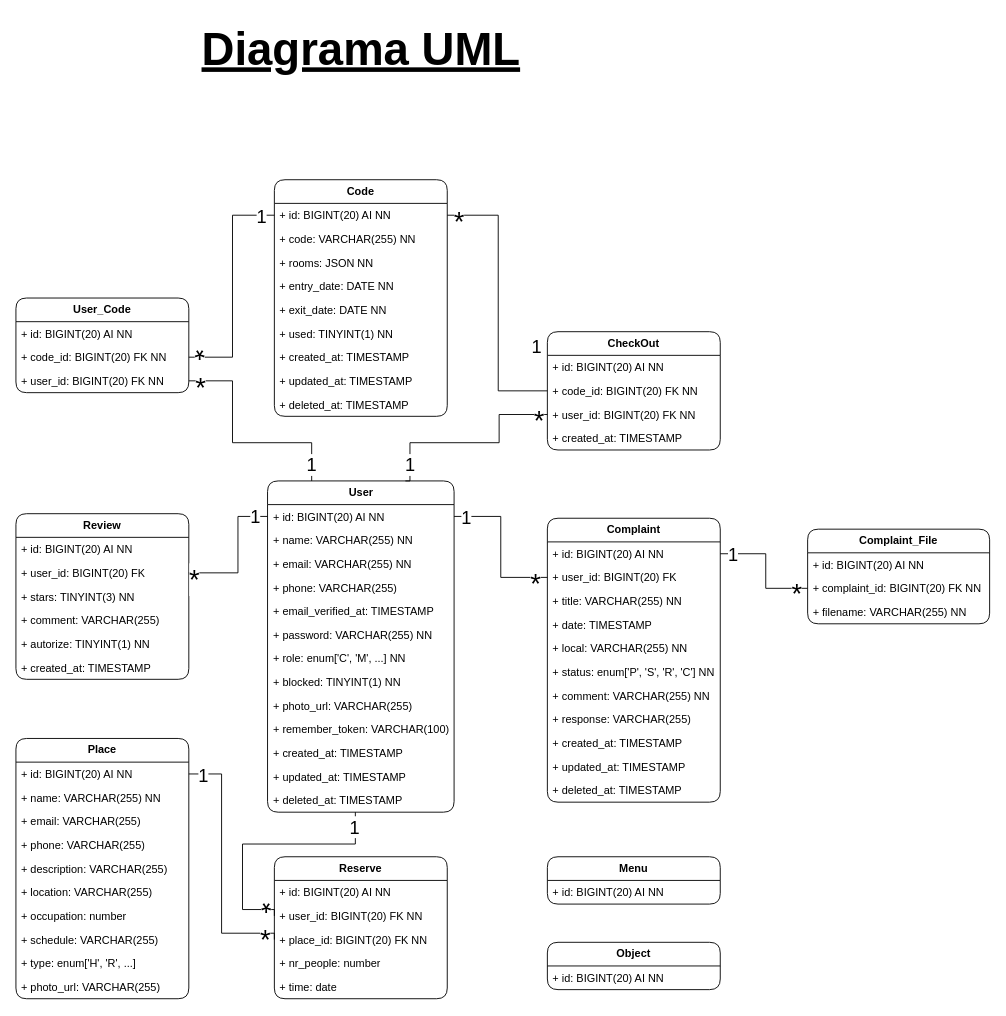
This is page "Diagrama UML" (1 of 2) of HappyGuest.drawio from Happy-Guest/HG-Notes, a draw.io file, before an edit. Source tidied: cells renumbered, new cells numbered last; positions are measured from the earlier drawing's top-left corner, leaving out a move shared by most shapes. Both pictures are drawn from the tidied source at 91%, with x=0, y=0 at pixel (15, 15).
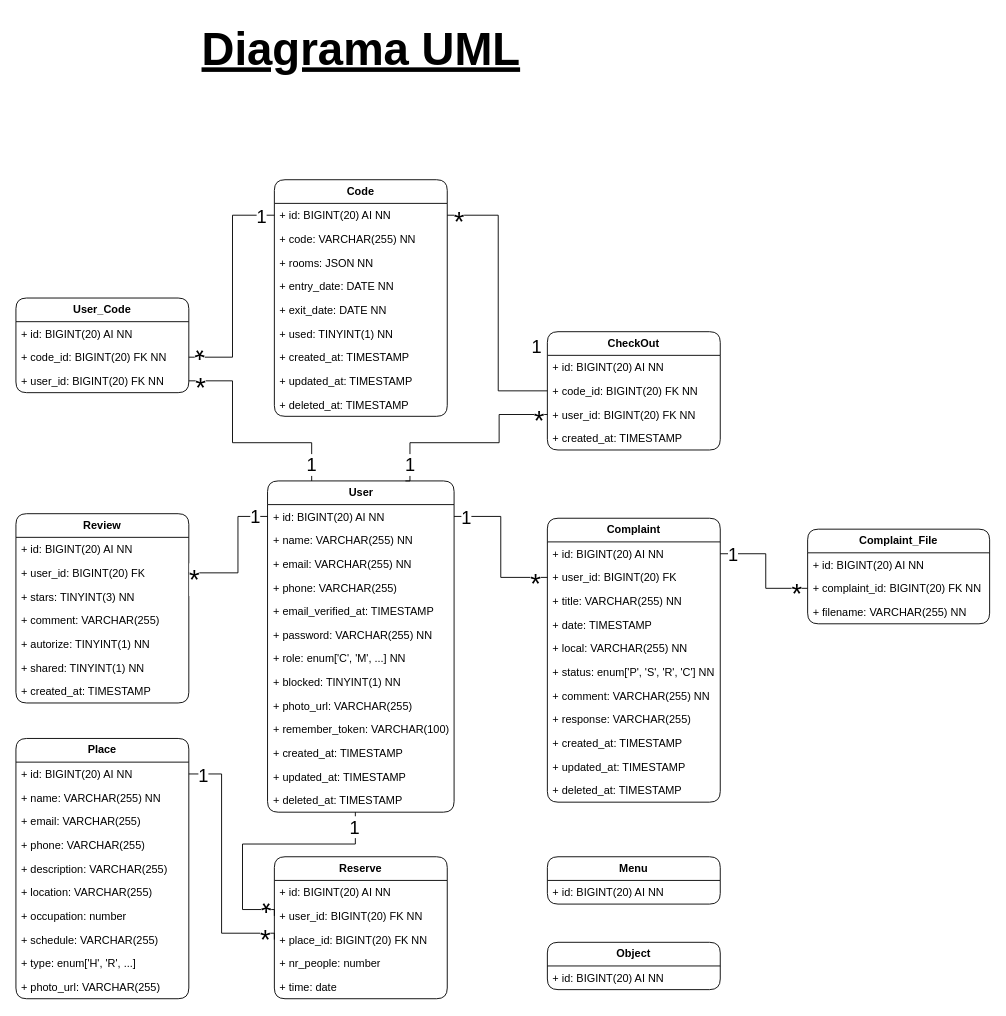
Above is the later version.

What changed in the source:
```diff
@@
     <mxCell id="39" value="&lt;b&gt;Review&lt;/b&gt;" style="swimlane;fontStyle=0;horizontal=1;startSize=26;fillColor=none;whiteSpace=wrap;html=1;perimeterSpacing=0;rounded=1;" parent="1" vertex="1">
-      <mxGeometry y="547" width="190" height="182" as="geometry" />
+      <mxGeometry y="547" width="190" height="208" as="geometry" />
     </mxCell>
@@
+    <mxCell id="107" value="+ shared: TINYINT(1) NN" style="text;strokeColor=none;fillColor=none;align=left;verticalAlign=top;spacingLeft=4;spacingRight=4;overflow=hidden;whiteSpace=wrap;html=1;" parent="39" vertex="1">
+      <mxGeometry y="156" width="190" height="26" as="geometry" />
+    </mxCell>
     <mxCell id="45" value="+ created_at: TIMESTAMP" style="text;strokeColor=none;fillColor=none;align=left;verticalAlign=top;spacingLeft=4;spacingRight=4;overflow=hidden;whiteSpace=wrap;html=1;" parent="39" vertex="1">
-      <mxGeometry y="156" width="190" height="26" as="geometry" />
+      <mxGeometry y="182" width="190" height="26" as="geometry" />
     </mxCell>
```
